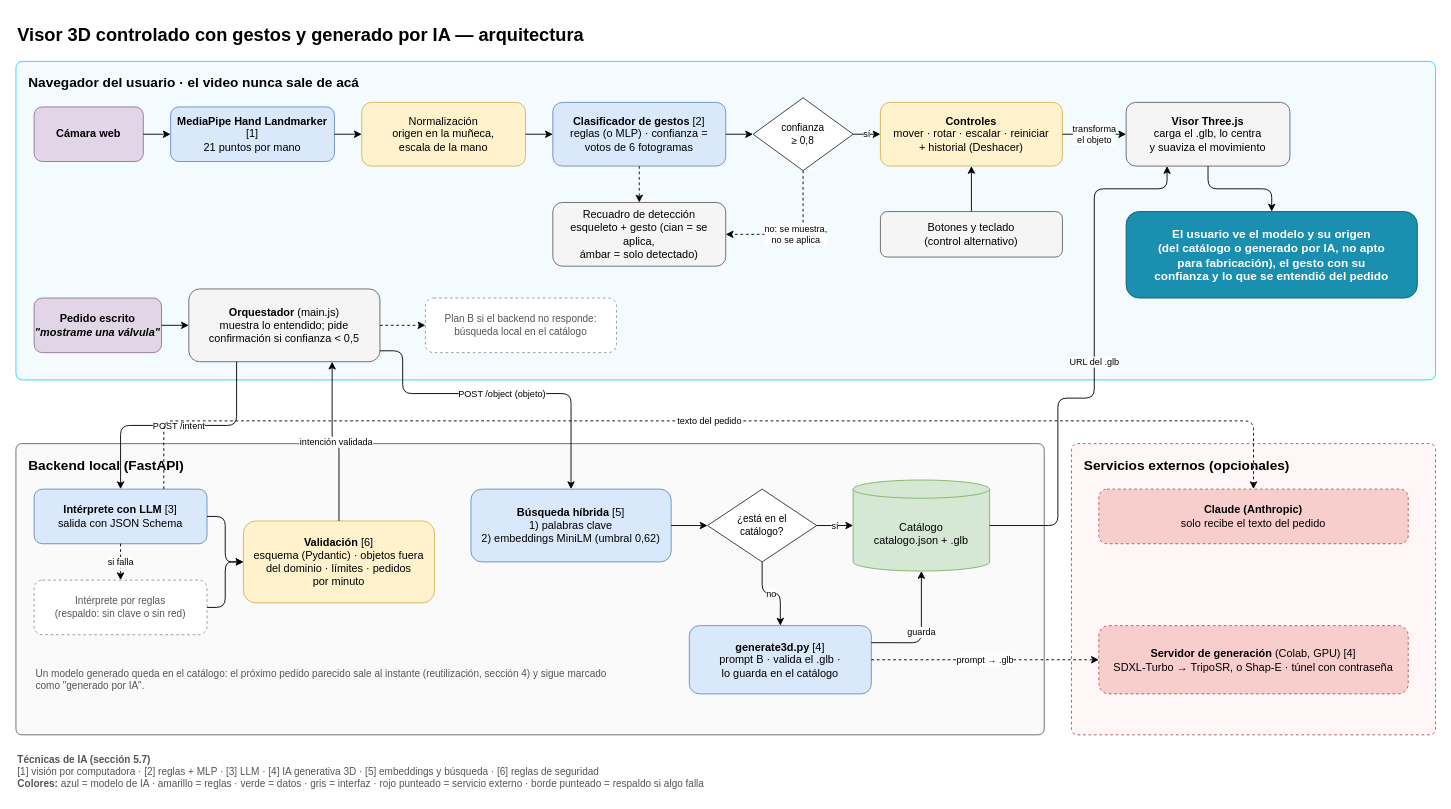
Above: docs/arquitectura.drawio in IamRoman-rb/tpo-ia-holograma (draw.io), before the change. Source tidied: cells renumbered, new cells numbered last; positions are measured from the earlier drawing's top-left corner, leaving out a move shared by most shapes. Both pictures are drawn from the tidied source at 91%, with x=0, y=0 at pixel (15, 15).
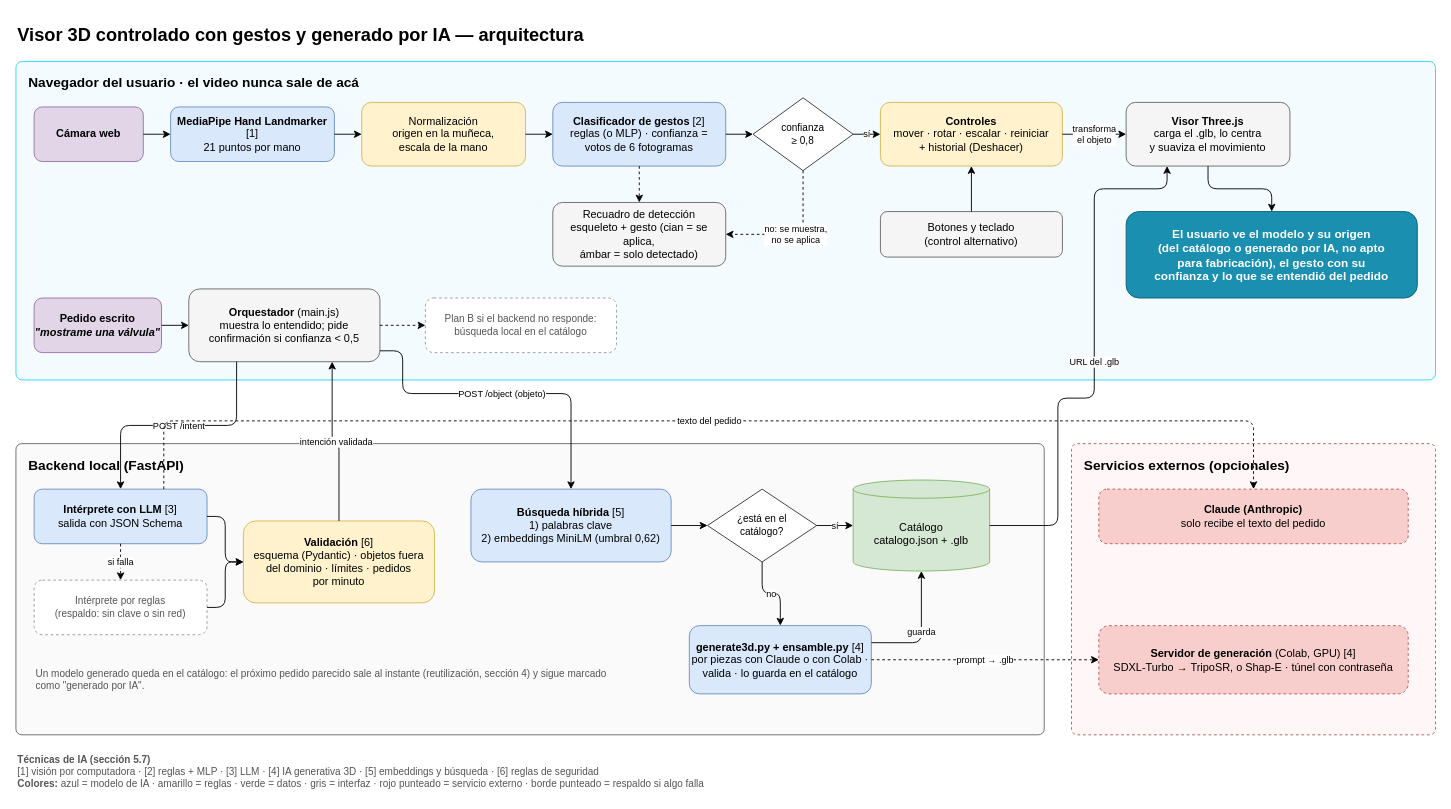
After the change.

Commit message (it also covers changes not shown here):
Documentar el desarmado por piezas y la generación por ensamble

What changed in the source:
```diff
@@
-    <mxCell id="25" value="&lt;b&gt;generate3d.py&lt;/b&gt; [4]&lt;br&gt;prompt B · valida el .glb ·&lt;br&gt;lo guarda en el catálogo" style="rounded=1;whiteSpace=wrap;html=1;fillColor=#dae8fc;strokeColor=#6c8ebf;fontSize=12;" parent="1" vertex="1">
+    <mxCell id="25" value="&lt;b&gt;generate3d.py + ensamble.py&lt;/b&gt; [4]&lt;br&gt;por piezas con Claude o con Colab ·&lt;br&gt;valida · lo guarda en el catálogo" style="rounded=1;whiteSpace=wrap;html=1;fillColor=#dae8fc;strokeColor=#6c8ebf;fontSize=12;" parent="1" vertex="1">
       <mxGeometry x="740" y="670" width="200" height="75" as="geometry" />
     </mxCell>
```
